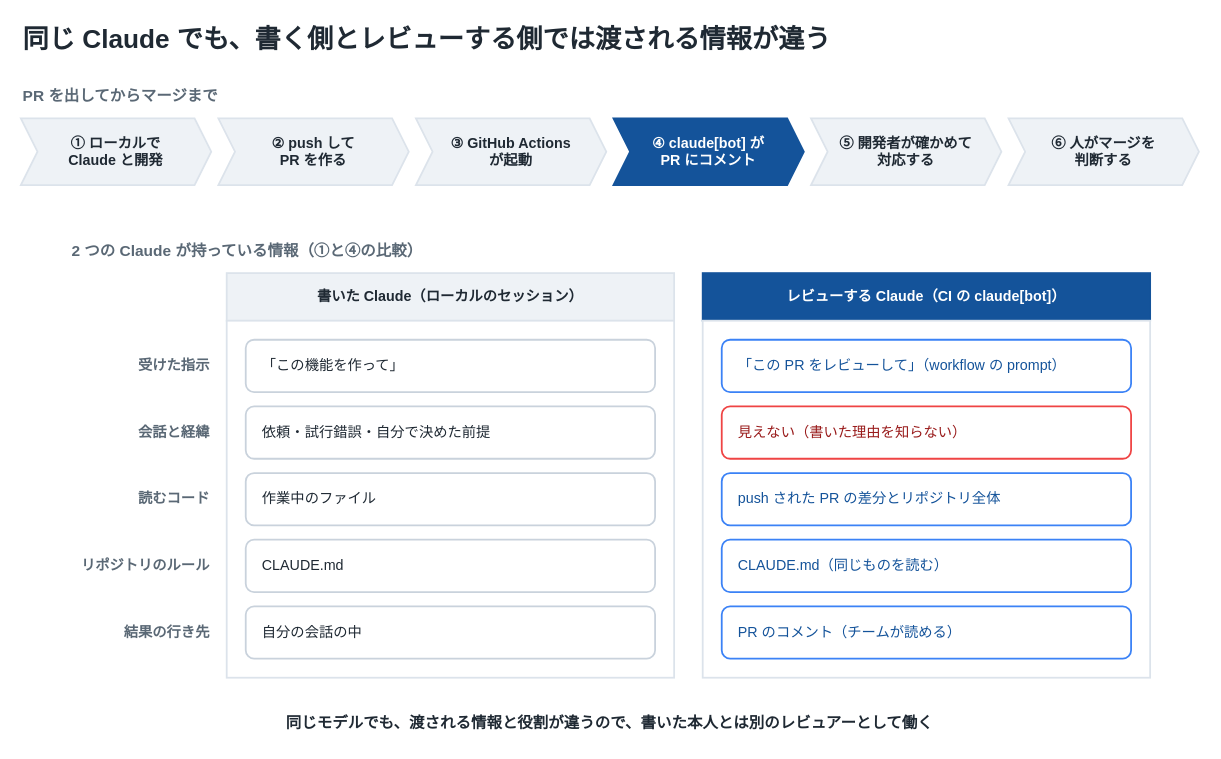
Earlier version of the draw.io diagram docs/diagrams/why-ai-review-context.drawio (thanks2music/jarvis). Source tidied: cells renumbered, new cells numbered last; positions are measured from the earlier drawing's top-left corner, leaving out a move shared by most shapes. Both pictures are drawn from the tidied source at 119%, with x=0, y=0 at pixel (20, 20).
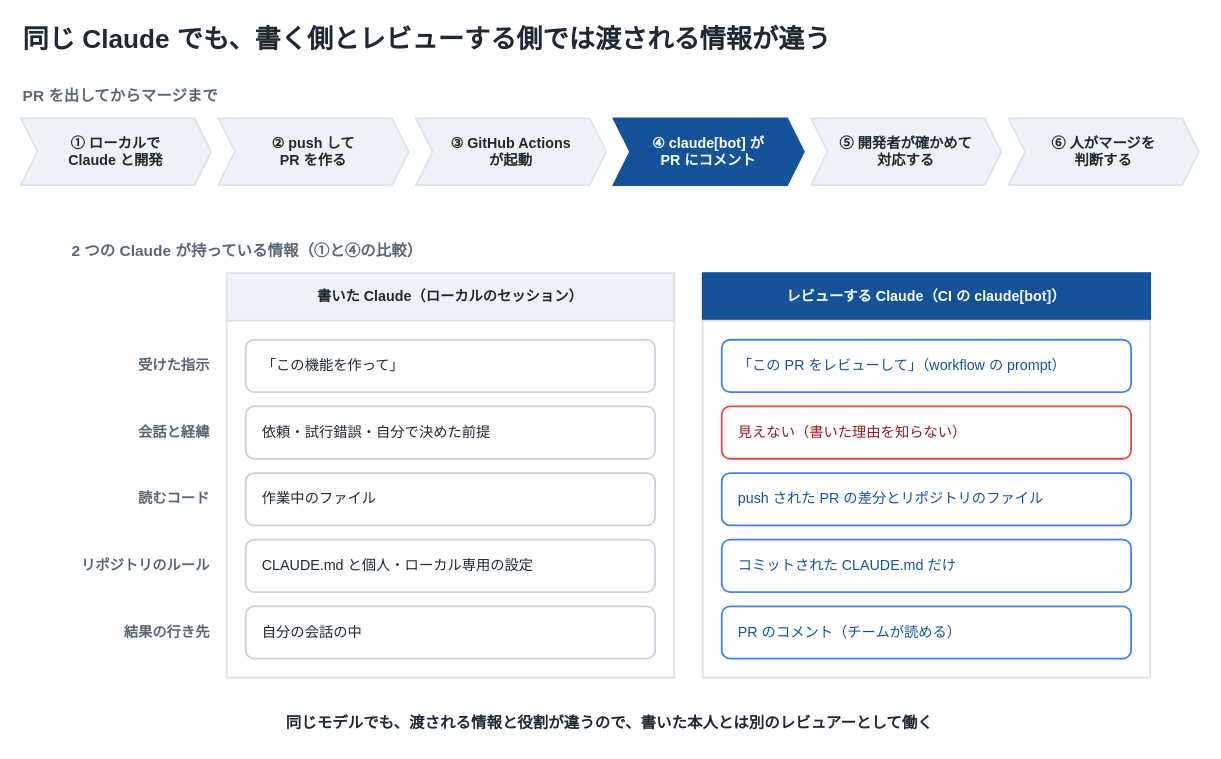
The same page after the edit.

Commit message (it also covers changes not shown here):
📝docs: Address code review on the review-rationale doc

Change to the diagram source:
```diff
@@
-    <mxCell id="23" value="push された PR の差分とリポジトリ全体" style="rounded=1;arcSize=16;whiteSpace=wrap;html=1;fillColor=#FFFFFF;strokeColor=#3B82F6;strokeWidth=1.5;fontSize=12;fontColor=#14539A;verticalAlign=middle;align=left;spacingLeft=12;" parent="1" vertex="1">
+    <mxCell id="23" value="push された PR の差分とリポジトリのファイル" style="rounded=1;arcSize=16;whiteSpace=wrap;html=1;fillColor=#FFFFFF;strokeColor=#3B82F6;strokeWidth=1.5;fontSize=12;fontColor=#14539A;verticalAlign=middle;align=left;spacingLeft=12;" parent="1" vertex="1">
       <mxGeometry x="589" y="380" width="344" height="44" as="geometry" />
     </mxCell>
@@
-    <mxCell id="25" value="CLAUDE.md" style="rounded=1;arcSize=16;whiteSpace=wrap;html=1;fillColor=#FFFFFF;strokeColor=#C9D2DC;strokeWidth=1.5;fontSize=12;fontColor=#1F2933;verticalAlign=middle;align=left;spacingLeft=12;" parent="1" vertex="1">
+    <mxCell id="25" value="CLAUDE.md と個人・ローカル専用の設定" style="rounded=1;arcSize=16;whiteSpace=wrap;html=1;fillColor=#FFFFFF;strokeColor=#C9D2DC;strokeWidth=1.5;fontSize=12;fontColor=#1F2933;verticalAlign=middle;align=left;spacingLeft=12;" parent="1" vertex="1">
       <mxGeometry x="189" y="436" width="344" height="44" as="geometry" />
     </mxCell>
-    <mxCell id="26" value="CLAUDE.md（同じものを読む）" style="rounded=1;arcSize=16;whiteSpace=wrap;html=1;fillColor=#FFFFFF;strokeColor=#3B82F6;strokeWidth=1.5;fontSize=12;fontColor=#14539A;verticalAlign=middle;align=left;spacingLeft=12;" parent="1" vertex="1">
+    <mxCell id="26" value="コミットされた CLAUDE.md だけ" style="rounded=1;arcSize=16;whiteSpace=wrap;html=1;fillColor=#FFFFFF;strokeColor=#3B82F6;strokeWidth=1.5;fontSize=12;fontColor=#14539A;verticalAlign=middle;align=left;spacingLeft=12;" parent="1" vertex="1">
       <mxGeometry x="589" y="436" width="344" height="44" as="geometry" />
     </mxCell>
```
